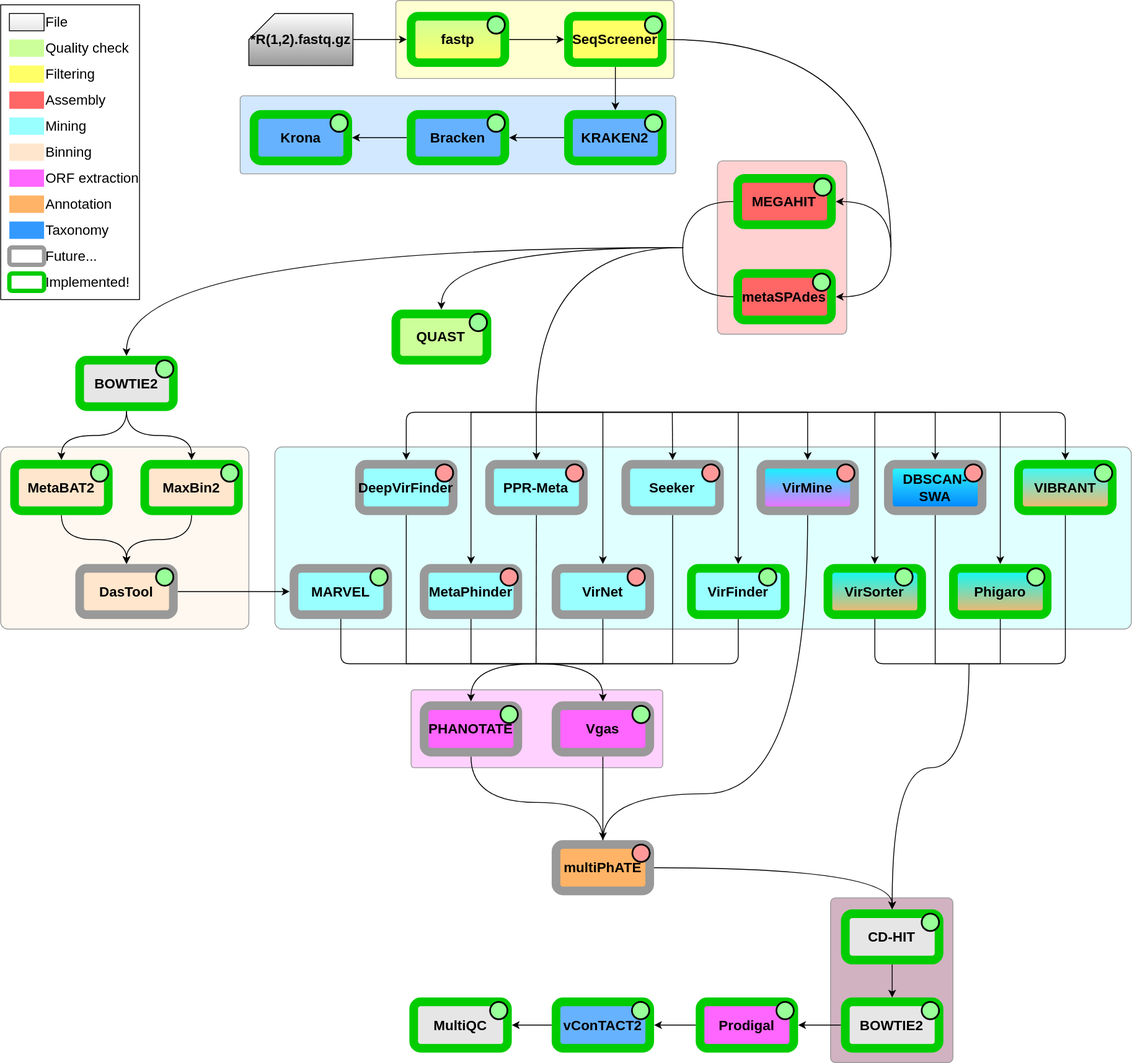
Before: slides/pipeline_2020_12_21.drawio.svg, a diagram exported from draw.io (MattiaPandolfoVR/MetaPhage). Source tidied: cells renumbered, new cells last; positions are measured from the earlier drawing's top-left corner, leaving out a move shared by most shapes.
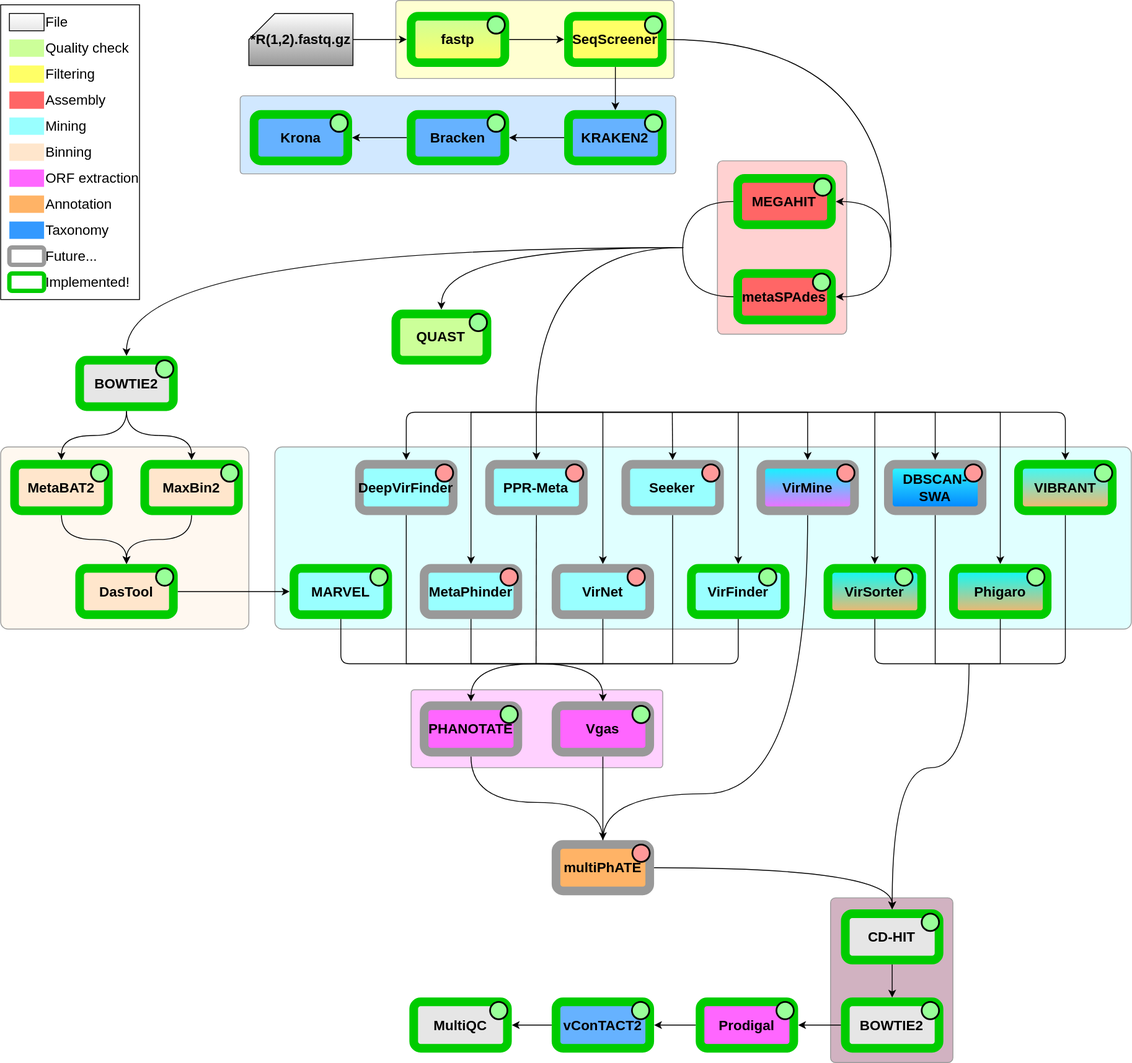
After the commit.

The edit, as a diff of the source:
```diff
@@ -93,7 +93,7 @@
     <mxCell id="28" value="PHANOTATE" style="rounded=1;whiteSpace=wrap;html=10;shadow=0;strokeWidth=10;perimeterSpacing=5;sketch=0;glass=0;fillColor=#FF66FF;strokeColor=#999999;fontStyle=1;fontSize=16;" parent="1" vertex="1">
       <mxGeometry x="488" y="813.5" width="108" height="53.5" as="geometry" />
     </mxCell>
-    <mxCell id="29" value="MARVEL" style="rounded=1;whiteSpace=wrap;html=10;shadow=0;strokeWidth=10;perimeterSpacing=5;sketch=0;glass=0;fillColor=#99FFFF;strokeColor=#999999;fontStyle=1;fontSize=16;" parent="1" vertex="1">
+    <mxCell id="29" value="MARVEL" style="rounded=1;whiteSpace=wrap;html=10;shadow=0;strokeWidth=10;perimeterSpacing=5;sketch=0;glass=0;fillColor=#99FFFF;fontStyle=1;fontSize=16;strokeColor=#00CC00;" parent="1" vertex="1">
       <mxGeometry x="338" y="655" width="108" height="53.5" as="geometry" />
     </mxCell>
     <mxCell id="30" value="&amp;nbsp;Annotation" style="text;html=1;strokeColor=none;fillColor=none;align=left;verticalAlign=middle;whiteSpace=wrap;rounded=0;fontSize=16;" parent="1" vertex="1">
@@ -201,7 +201,7 @@
     <mxCell id="60" style="edgeStyle=orthogonalEdgeStyle;rounded=0;jettySize=auto;html=1;exitX=1;exitY=0.5;exitDx=0;exitDy=0;entryX=0;entryY=0.5;entryDx=0;entryDy=0;fontSize=16;" parent="1" edge="1" source="61" target="29">
       <mxGeometry relative="1" as="geometry" />
     </mxCell>
-    <mxCell id="61" value="DasTool" style="rounded=1;whiteSpace=wrap;html=10;shadow=0;strokeWidth=10;perimeterSpacing=5;sketch=0;glass=0;strokeColor=#999999;fillColor=#FFE6CC;fontStyle=1;fontSize=16;" parent="1" vertex="1">
+    <mxCell id="61" value="DasTool" style="rounded=1;whiteSpace=wrap;html=10;shadow=0;strokeWidth=10;perimeterSpacing=5;sketch=0;glass=0;fontStyle=1;fontSize=16;strokeColor=#00CC00;fillColor=#FFE6CC;" parent="1" vertex="1">
       <mxGeometry x="91" y="655" width="108" height="53.5" as="geometry" />
     </mxCell>
     <mxCell id="62" value="MEGAHIT" style="rounded=1;whiteSpace=wrap;html=10;shadow=0;strokeWidth=10;perimeterSpacing=5;sketch=0;glass=0;strokeColor=#00CC00;fillColor=#FF6666;fontStyle=1;fontSize=16;" parent="1" vertex="1">
```
